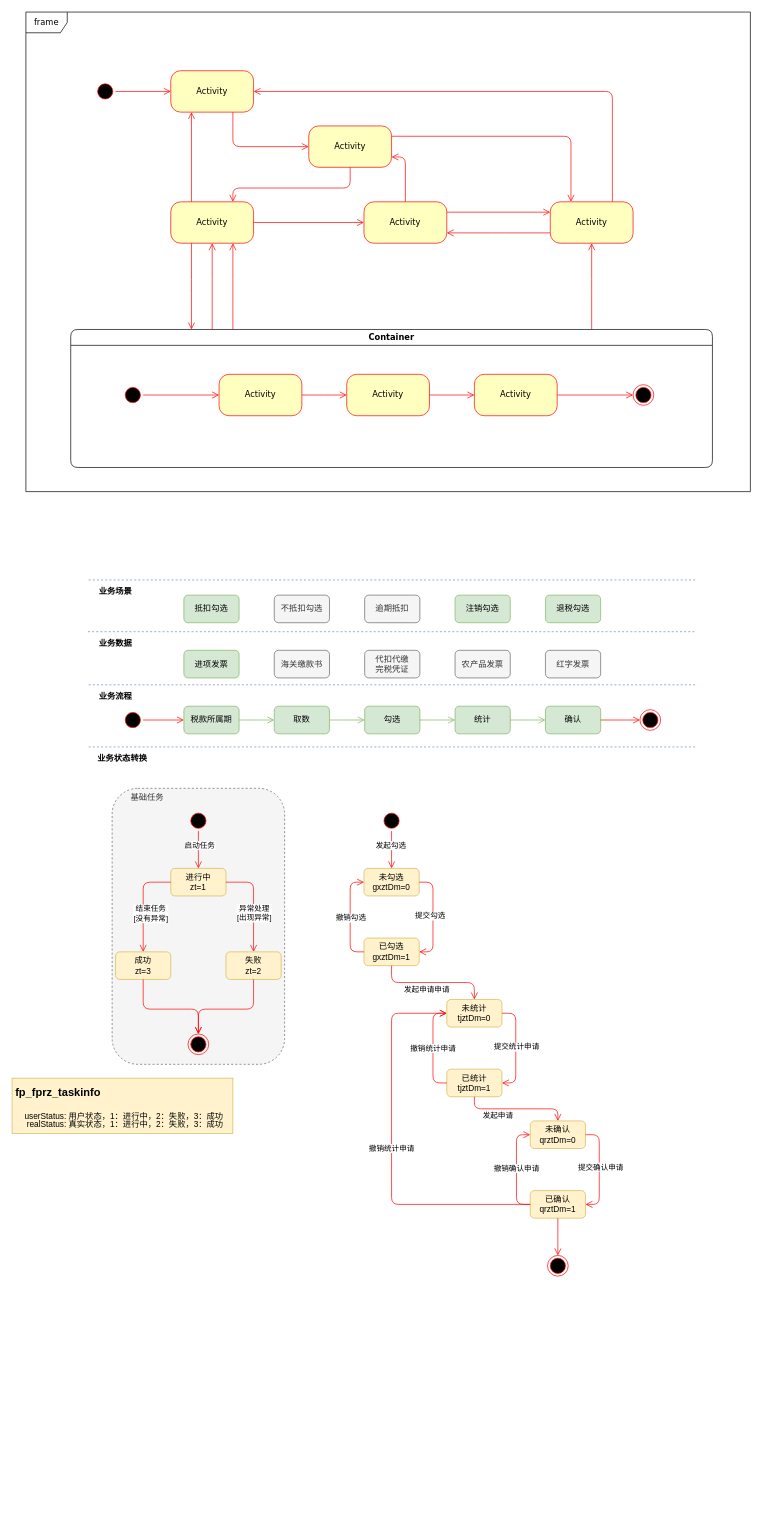
The draw.io diagram 发票认证整体.drawio in xingzhihe/hello-world, before the edit. Source tidied: cells renumbered, new cells numbered last; positions are measured from the earlier drawing's top-left corner, leaving out a move shared by most shapes. Both pictures are drawn from the tidied source at 69%, with x=0, y=0 at pixel (12, 12).
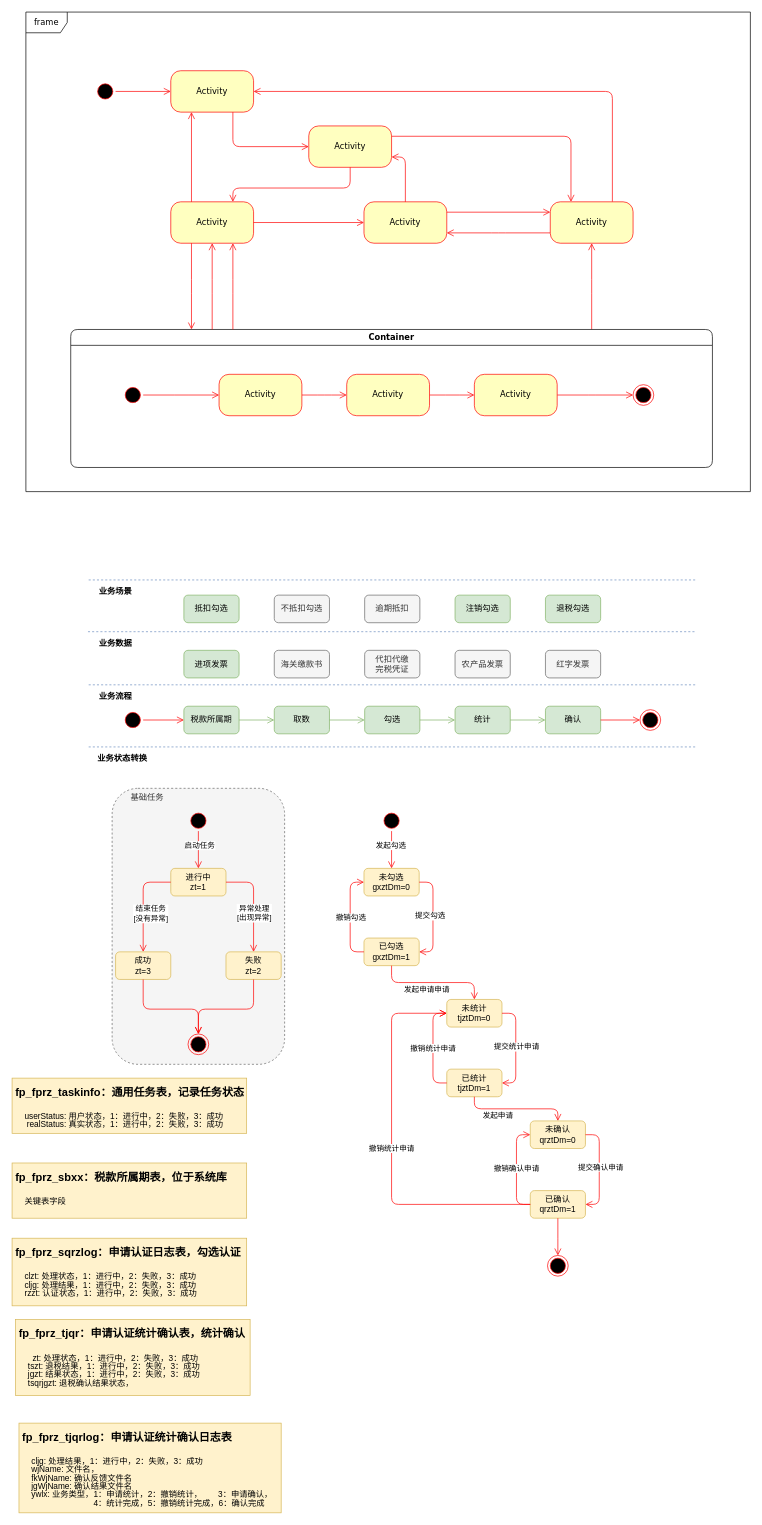
The same diagram, later.

Commit message:
更新发票认证整体.drawio

Diff of the diagram source:
```diff
@@
-    <mxCell id="107" value="&lt;h1 style=&quot;line-height: 100%;&quot;&gt;&lt;b style=&quot;background-color: initial; font-size: 12px;&quot;&gt;&lt;font style=&quot;font-size: 16px;&quot;&gt;fp_fprz_taskinfo&lt;/font&gt;&lt;/b&gt;&lt;br&gt;&lt;/h1&gt;&lt;p style=&quot;line-height: 100%;&quot;&gt;&amp;nbsp; &amp;nbsp; userStatus:&amp;nbsp;用户状态，1：进行中，2：失败，3：成功&lt;br&gt;&amp;nbsp; &amp;nbsp; &amp;nbsp;realStatus: 真实状态，1：进行中，2：失败，3：成功&lt;/p&gt;" style="text;html=1;strokeColor=#d6b656;fillColor=#fff2cc;spacing=5;spacingTop=-20;whiteSpace=wrap;overflow=hidden;rounded=0;" parent="1" vertex="1">
-      <mxGeometry y="1545" width="320" height="80" as="geometry" />
+    <mxCell id="107" value="&lt;h1 style=&quot;line-height: 100%;&quot;&gt;&lt;b style=&quot;background-color: initial; font-size: 12px;&quot;&gt;&lt;font style=&quot;font-size: 16px;&quot;&gt;fp_fprz_taskinfo：通用任务表，记录任务状态&lt;/font&gt;&lt;/b&gt;&lt;br&gt;&lt;/h1&gt;&lt;p style=&quot;line-height: 100%;&quot;&gt;&amp;nbsp; &amp;nbsp; userStatus:&amp;nbsp;用户状态，1：进行中，2：失败，3：成功&lt;br&gt;&amp;nbsp; &amp;nbsp; &amp;nbsp;realStatus: 真实状态，1：进行中，2：失败，3：成功&lt;/p&gt;" style="text;html=1;strokeColor=#d6b656;fillColor=#fff2cc;spacing=5;spacingTop=-20;whiteSpace=wrap;overflow=hidden;rounded=0;" parent="1" vertex="1">
+      <mxGeometry y="1545" width="340" height="80" as="geometry" />
     </mxCell>
+    <mxCell id="108" value="&lt;h1 style=&quot;line-height: 100%;&quot;&gt;&lt;b style=&quot;background-color: initial; font-size: 12px;&quot;&gt;&lt;font style=&quot;font-size: 16px;&quot;&gt;fp_fprz_sbxx：税款所属期表，位于系统库&lt;/font&gt;&lt;/b&gt;&lt;br&gt;&lt;/h1&gt;&lt;p style=&quot;line-height: 100%;&quot;&gt;&amp;nbsp; &amp;nbsp; 关键表字段&lt;br&gt;&lt;/p&gt;" style="text;html=1;strokeColor=#d6b656;fillColor=#fff2cc;spacing=5;spacingTop=-20;whiteSpace=wrap;overflow=hidden;rounded=0;" parent="1" vertex="1">
+      <mxGeometry y="1668" width="340" height="80" as="geometry" />
+    </mxCell>
+    <mxCell id="109" value="&lt;h1 style=&quot;line-height: 100%;&quot;&gt;&lt;b style=&quot;background-color: initial; font-size: 12px;&quot;&gt;&lt;font style=&quot;font-size: 16px;&quot;&gt;fp_fprz_sqrzlog：申请认证日志表，勾选认证&lt;/font&gt;&lt;/b&gt;&lt;br&gt;&lt;/h1&gt;&lt;p style=&quot;line-height: 100%;&quot;&gt;&amp;nbsp; &amp;nbsp; clzt: 处理状态，1：进行中，2：失败，3：成功&lt;br&gt;&amp;nbsp; &amp;nbsp; cljg: 处理结果，1：进行中，2：失败，3：成功&lt;br&gt;&amp;nbsp; &amp;nbsp; rzzt: 认证状态，1：进行中，2：失败，3：成功&lt;/p&gt;" style="text;html=1;strokeColor=#d6b656;fillColor=#fff2cc;spacing=5;spacingTop=-20;whiteSpace=wrap;overflow=hidden;rounded=0;" parent="1" vertex="1">
+      <mxGeometry y="1777" width="340" height="98" as="geometry" />
+    </mxCell>
+    <mxCell id="110" value="&lt;h1 style=&quot;line-height: 100%;&quot;&gt;&lt;b style=&quot;background-color: initial; font-size: 12px;&quot;&gt;&lt;font style=&quot;font-size: 16px;&quot;&gt;fp_fprz_tjqr：申请认证统计确认表，统计确认&lt;/font&gt;&lt;/b&gt;&lt;br&gt;&lt;/h1&gt;&lt;p style=&quot;line-height: 100%;&quot;&gt;&amp;nbsp; &amp;nbsp; &amp;nbsp; zt: 处理状态，1：进行中，2：失败，3：成功&lt;br&gt;&amp;nbsp; &amp;nbsp; tszt: 退税结果，1：进行中，2：失败，3：成功&lt;br&gt;&amp;nbsp; &amp;nbsp; jgzt: 结果状态，1：进行中，2：失败，3：成功&lt;br&gt;&amp;nbsp; &amp;nbsp;&amp;nbsp;tsqrjgzt: 退税确认结果状态，&lt;/p&gt;" style="text;html=1;strokeColor=#d6b656;fillColor=#fff2cc;spacing=5;spacingTop=-20;whiteSpace=wrap;overflow=hidden;rounded=0;" parent="1" vertex="1">
+      <mxGeometry x="5" y="1895" width="340" height="110" as="geometry" />
+    </mxCell>
+    <mxCell id="111" value="&lt;h1 style=&quot;line-height: 100%;&quot;&gt;&lt;b style=&quot;background-color: initial; font-size: 12px;&quot;&gt;&lt;font style=&quot;font-size: 16px;&quot;&gt;fp_fprz_tjqrlog：申请认证统计确认日志表&lt;/font&gt;&lt;/b&gt;&lt;br&gt;&lt;/h1&gt;&lt;p style=&quot;line-height: 100%;&quot;&gt;&amp;nbsp; &amp;nbsp; cljg: 处理结果，1：进行中，2：失败，3：成功&lt;br&gt;&amp;nbsp; &amp;nbsp; wjName: 文件名，&lt;br&gt;&amp;nbsp; &amp;nbsp; fkWjName: 确认反馈文件名&lt;br&gt;&amp;nbsp; &amp;nbsp; jgWjName: 确认结果文件名&lt;br&gt;&amp;nbsp; &amp;nbsp; ywlx: 业务类型，1：申请统计，2：撤销统计，&amp;nbsp; &amp;nbsp; &amp;nbsp; &amp;nbsp;3：申请确认，&amp;nbsp; &amp;nbsp; &amp;nbsp; &amp;nbsp; &amp;nbsp; &amp;nbsp; &amp;nbsp; &amp;nbsp; &amp;nbsp; &amp;nbsp; &amp;nbsp; &amp;nbsp; &amp;nbsp; &amp;nbsp; &amp;nbsp; &amp;nbsp; &amp;nbsp;4：统计完成，5：撤销统计完成，6：确认完成&lt;/p&gt;" style="text;html=1;strokeColor=#d6b656;fillColor=#fff2cc;spacing=5;spacingTop=-20;whiteSpace=wrap;overflow=hidden;rounded=0;" parent="1" vertex="1">
+      <mxGeometry x="10" y="2045" width="380" height="130" as="geometry" />
+    </mxCell>
```
